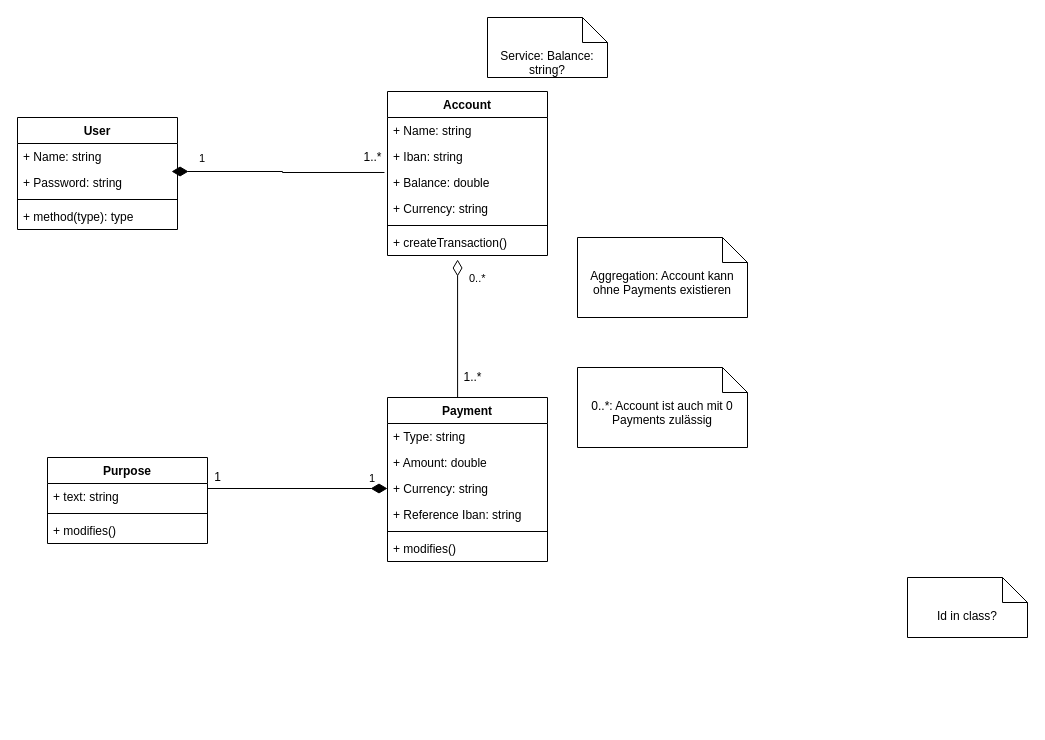
This is Class_Diagram.drawio from erdden/Diagrams, a draw.io file, before an edit. Source tidied: cells renumbered, new cells numbered last; positions are measured from the earlier drawing's top-left corner, leaving out a move shared by most shapes. Both pictures are drawn from the tidied source at 100%, with x=0, y=0 at pixel (17, 17).
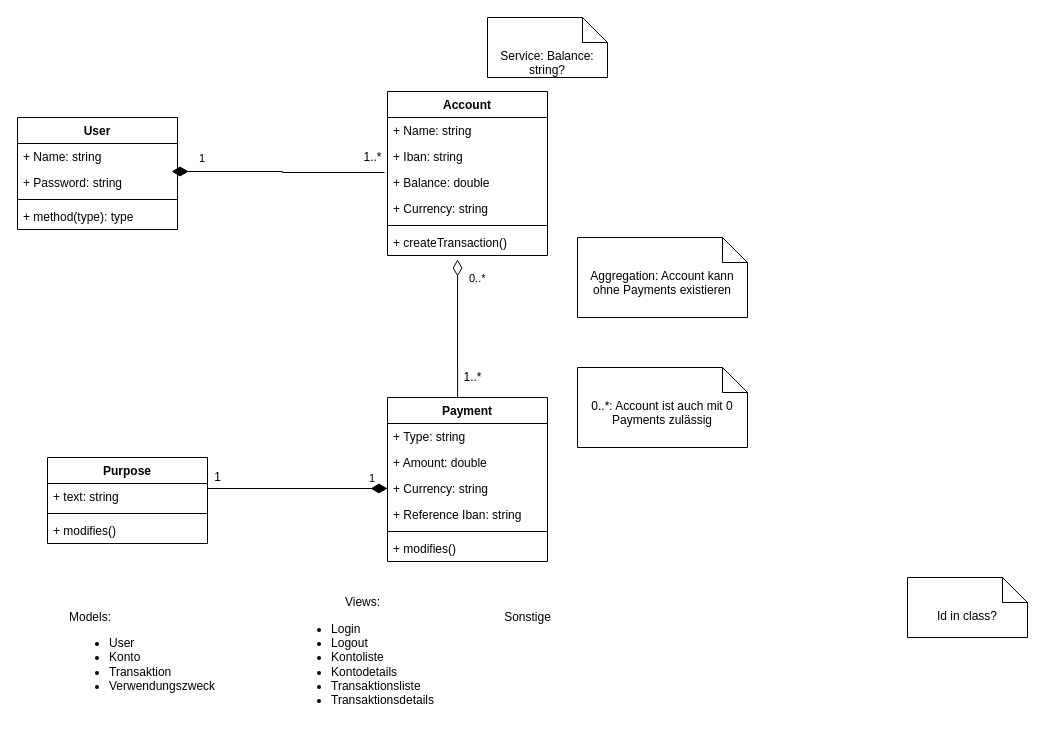
The same page after the edit.

The edit, as a diff of the source:
```diff
@@
+    <mxCell id="35" value="Models:&lt;br&gt;&lt;ul&gt;&lt;li&gt;User&lt;/li&gt;&lt;li&gt;Konto&lt;/li&gt;&lt;li&gt;Transaktion&lt;/li&gt;&lt;li&gt;Verwendungszweck&lt;/li&gt;&lt;/ul&gt;" style="text;html=1;align=left;verticalAlign=middle;strokeColor=none;fillColor=none;" parent="1" vertex="1">
+      <mxGeometry x="50" y="590" width="160" height="100" as="geometry" />
+    </mxCell>
+    <mxCell id="36" value="Views:&lt;br&gt;&lt;ul&gt;&lt;li style=&quot;text-align: left&quot;&gt;Login&lt;/li&gt;&lt;li style=&quot;text-align: left&quot;&gt;Logout&lt;/li&gt;&lt;li style=&quot;text-align: left&quot;&gt;Kontoliste&lt;/li&gt;&lt;li style=&quot;text-align: left&quot;&gt;Kontodetails&lt;/li&gt;&lt;li style=&quot;text-align: left&quot;&gt;Transaktionsliste&lt;/li&gt;&lt;li style=&quot;text-align: left&quot;&gt;Transaktionsdetails&lt;/li&gt;&lt;/ul&gt;" style="text;html=1;align=center;verticalAlign=middle;strokeColor=none;fillColor=none;" parent="1" vertex="1">
+      <mxGeometry x="265" y="575" width="160" height="130" as="geometry" />
+    </mxCell>
+    <mxCell id="37" value="Sonstige" style="text;html=1;align=center;verticalAlign=middle;strokeColor=none;fillColor=none;" parent="1" vertex="1">
+      <mxGeometry x="480" y="590" width="60" height="20" as="geometry" />
+    </mxCell>
```
